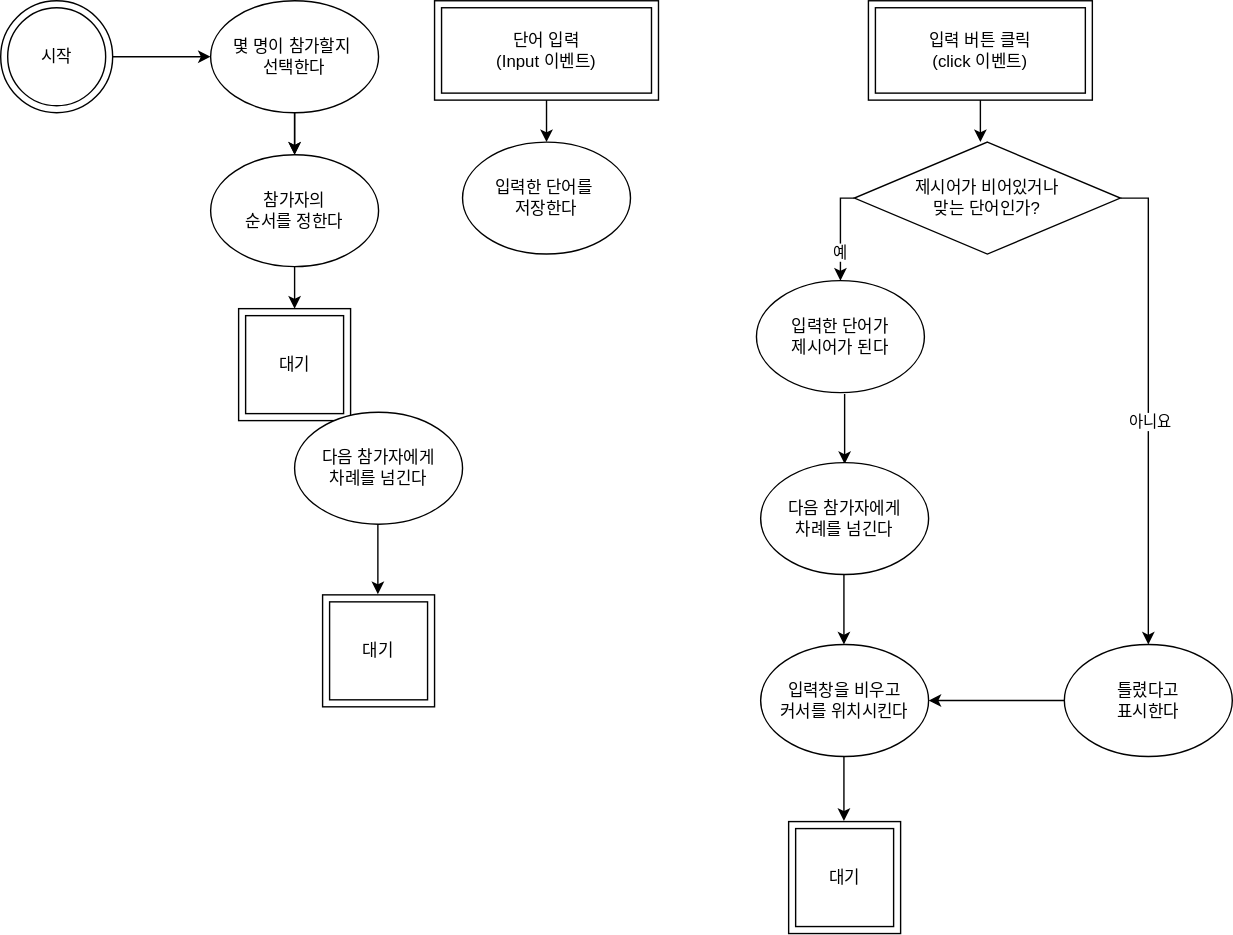
Above: 끝말잇기 순서도vol8.drawio.svg in lydia-matrix/javascript_study (draw.io), before the change. Source tidied: cells renumbered, new cells last; positions are measured from the earlier drawing's top-left corner, leaving out a move shared by most shapes.
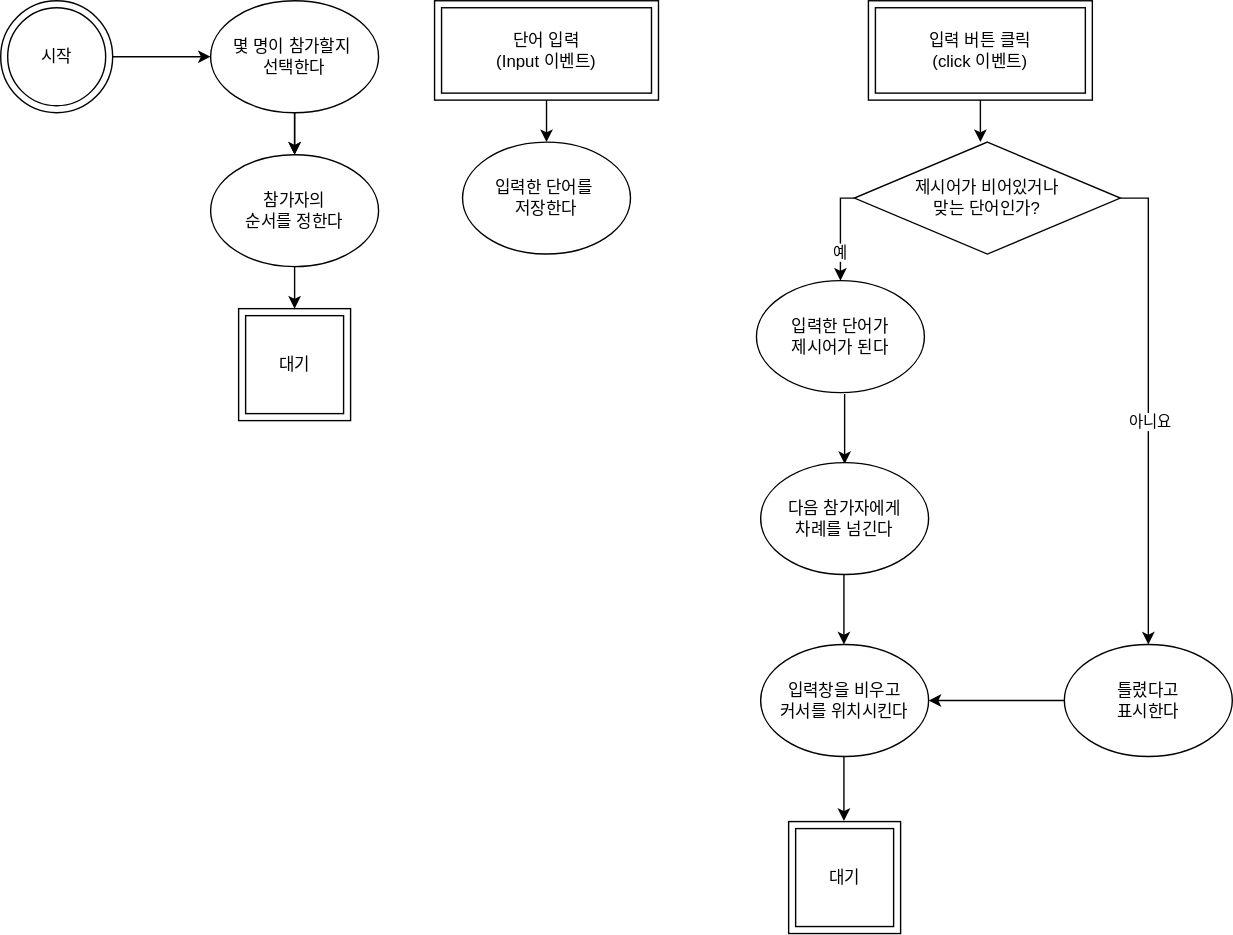
After the commit.

Commit message:
끝말잇기 순서도vol8.drawio.svg 업데이트

Change to the diagram source:
```diff
@@ -122,21 +122,6 @@
     <mxCell id="32" value="입력창을 비우고&lt;div&gt;커서를 위치시킨다&lt;/div&gt;" style="ellipse;whiteSpace=wrap;html=1;" parent="1" vertex="1">
       <mxGeometry x="543" y="460" width="120" height="80" as="geometry" />
     </mxCell>
-    <mxCell id="33" value="다음 참가자에게&lt;div&gt;차례를 넘긴다&lt;/div&gt;" style="ellipse;whiteSpace=wrap;html=1;" parent="1" vertex="1">
-      <mxGeometry x="210" y="294" width="120" height="80" as="geometry" />
-    </mxCell>
-    <mxCell id="34" style="endArrow=classic;html=1;rounded=0;exitX=0.5;exitY=1;exitDx=0;exitDy=0;" parent="1" edge="1">
-      <mxGeometry relative="1" as="geometry">
-        <mxPoint x="269.5" y="374" as="sourcePoint" />
-        <mxPoint x="269.5" y="424" as="targetPoint" />
-      </mxGeometry>
-    </mxCell>
-    <mxCell id="35" style="whiteSpace=wrap;html=1;" parent="1" vertex="1">
-      <mxGeometry x="230" y="424.5" width="80" height="80" as="geometry" />
-    </mxCell>
-    <mxCell id="36" value="대기" style="whiteSpace=wrap;html=1;" parent="1" vertex="1">
-      <mxGeometry x="235" y="429.5" width="70" height="70" as="geometry" />
-    </mxCell>
     <mxCell id="37" style="endArrow=classic;html=1;rounded=0;exitX=0.5;exitY=1;exitDx=0;exitDy=0;" parent="1" edge="1">
       <mxGeometry relative="1" as="geometry">
         <mxPoint x="602.5" y="410" as="sourcePoint" />
```
